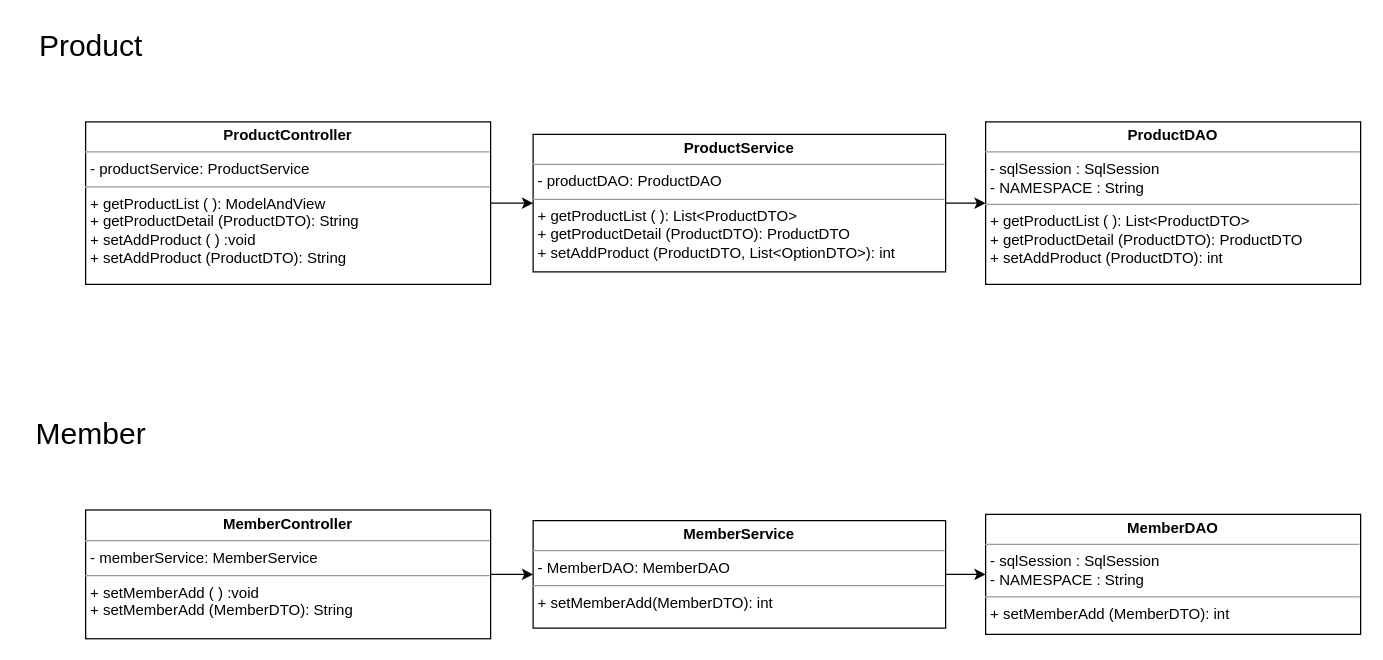
Earlier version of the draw.io diagram page "페이지-2" (2 of 4) of 제목 없는 다이어그램.drawio (zinny912/GDJ60_Spring2). Source tidied: cells renumbered, new cells numbered last; positions are measured from the earlier drawing's top-left corner, leaving out a move shared by most shapes. Both pictures are drawn from the tidied source at 125%, with x=0, y=0 at pixel (21, 21).
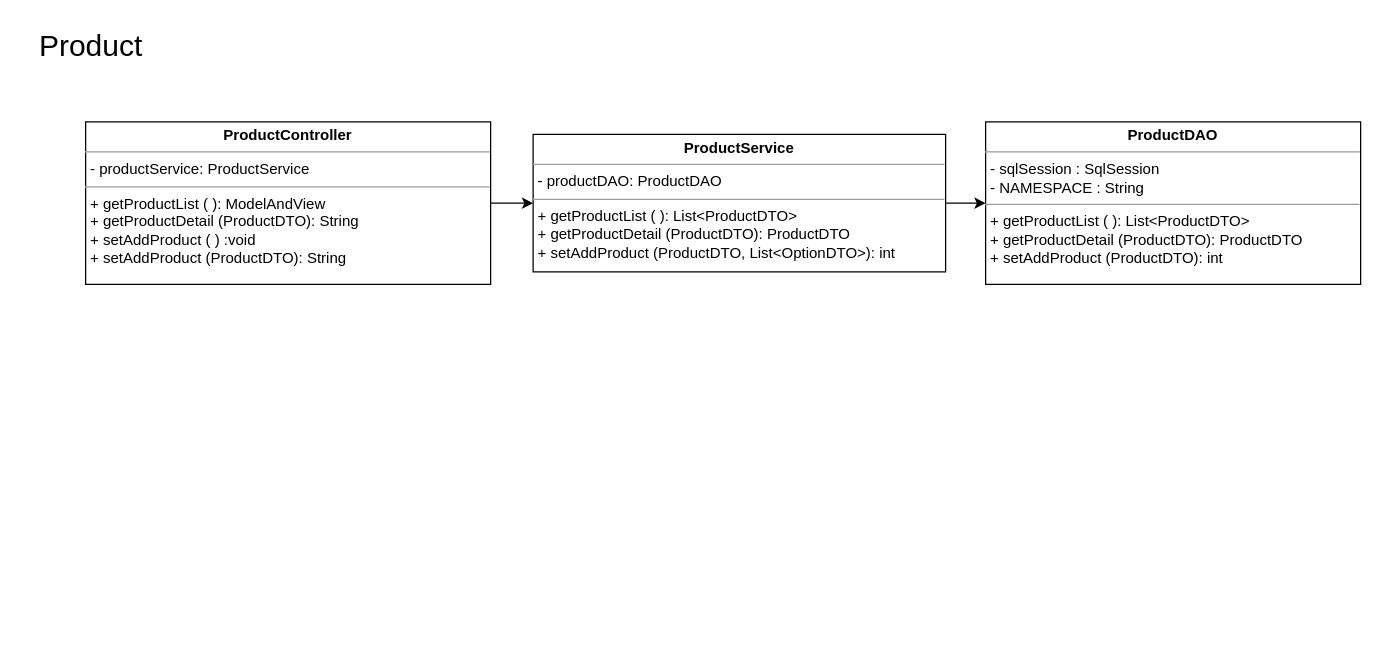
After the change.

Change to the diagram source:
```diff
@@
 <mxGraphModel>
   <root>
     <mxCell id="0" />
     <mxCell id="1" parent="0" />
     <mxCell id="2" value="&lt;p style=&quot;margin:0px;margin-top:4px;text-align:center;&quot;&gt;&lt;b&gt;ProductDAO&lt;/b&gt;&lt;/p&gt;&lt;hr size=&quot;1&quot;&gt;&lt;p style=&quot;margin:0px;margin-left:4px;&quot;&gt;- sqlSession : SqlSession&lt;/p&gt;&lt;p style=&quot;margin:0px;margin-left:4px;&quot;&gt;- NAMESPACE : String&lt;/p&gt;&lt;hr size=&quot;1&quot;&gt;&lt;p style=&quot;margin:0px;margin-left:4px;&quot;&gt;&lt;span style=&quot;background-color: initial;&quot;&gt;+ getProductList ( ): List&amp;lt;ProductDTO&amp;gt;&lt;/span&gt;&lt;br&gt;&lt;/p&gt;&lt;p style=&quot;margin:0px;margin-left:4px;&quot;&gt;+ getProductDetail (ProductDTO): ProductDTO&lt;/p&gt;&lt;p style=&quot;margin:0px;margin-left:4px;&quot;&gt;+ setAddProduct (ProductDTO): int&lt;/p&gt;" style="verticalAlign=top;align=left;overflow=fill;fontSize=12;fontFamily=Helvetica;html=1;" parent="1" vertex="1">
       <mxGeometry x="771" y="80" width="300" height="130" as="geometry" />
     </mxCell>
     <mxCell id="3" value="&lt;span style=&quot;font-size: 24px;&quot;&gt;Product&lt;br&gt;&lt;/span&gt;" style="text;html=1;align=center;verticalAlign=middle;strokeColor=none;fillColor=none;fontSize=9;" parent="1" vertex="1">
       <mxGeometry width="110" height="40" as="geometry" />
     </mxCell>
     <mxCell id="4" style="edgeStyle=orthogonalEdgeStyle;rounded=0;jettySize=auto;html=1;fontSize=24;" parent="1" edge="1" source="5" target="2">
       <mxGeometry relative="1" as="geometry" />
     </mxCell>
     <mxCell id="5" value="&lt;p style=&quot;margin:0px;margin-top:4px;text-align:center;&quot;&gt;&lt;b&gt;ProductService&lt;/b&gt;&lt;/p&gt;&lt;hr size=&quot;1&quot;&gt;&lt;p style=&quot;margin:0px;margin-left:4px;&quot;&gt;- productDAO: ProductDAO&lt;/p&gt;&lt;hr size=&quot;1&quot;&gt;&lt;p style=&quot;border-color: var(--border-color); margin: 0px 0px 0px 4px;&quot;&gt;+ getProductList ( ): List&amp;lt;ProductDTO&amp;gt;&lt;br style=&quot;border-color: var(--border-color);&quot;&gt;&lt;/p&gt;&lt;p style=&quot;border-color: var(--border-color); margin: 0px 0px 0px 4px;&quot;&gt;+ getProductDetail (ProductDTO): ProductDTO&lt;/p&gt;&lt;p style=&quot;border-color: var(--border-color); margin: 0px 0px 0px 4px;&quot;&gt;+ setAddProduct (ProductDTO, List&amp;lt;OptionDTO&amp;gt;): int&lt;/p&gt;" style="verticalAlign=top;align=left;overflow=fill;fontSize=12;fontFamily=Helvetica;html=1;" parent="1" vertex="1">
       <mxGeometry x="409" y="90" width="330" height="110" as="geometry" />
     </mxCell>
     <mxCell id="6" style="edgeStyle=orthogonalEdgeStyle;rounded=0;jettySize=auto;html=1;fontSize=24;" parent="1" edge="1" source="7" target="5">
       <mxGeometry relative="1" as="geometry" />
     </mxCell>
     <mxCell id="7" value="&lt;p style=&quot;margin:0px;margin-top:4px;text-align:center;&quot;&gt;&lt;b&gt;ProductController&lt;/b&gt;&lt;/p&gt;&lt;hr size=&quot;1&quot;&gt;&lt;p style=&quot;margin:0px;margin-left:4px;&quot;&gt;- productService: ProductService&lt;/p&gt;&lt;hr size=&quot;1&quot;&gt;&lt;p style=&quot;border-color: var(--border-color); margin: 0px 0px 0px 4px;&quot;&gt;+ getProductList ( ): ModelAndView&lt;br style=&quot;border-color: var(--border-color);&quot;&gt;&lt;/p&gt;&lt;p style=&quot;border-color: var(--border-color); margin: 0px 0px 0px 4px;&quot;&gt;+ getProductDetail (ProductDTO): String&lt;/p&gt;&lt;p style=&quot;border-color: var(--border-color); margin: 0px 0px 0px 4px;&quot;&gt;&lt;span style=&quot;background-color: initial;&quot;&gt;+ setAddProduct ( ) :void&lt;/span&gt;&lt;br&gt;&lt;/p&gt;&lt;p style=&quot;border-color: var(--border-color); margin: 0px 0px 0px 4px;&quot;&gt;+ setAddProduct (ProductDTO): String&lt;span style=&quot;background-color: initial;&quot;&gt;&lt;br&gt;&lt;/span&gt;&lt;/p&gt;" style="verticalAlign=top;align=left;overflow=fill;fontSize=12;fontFamily=Helvetica;html=1;fillStyle=auto;" parent="1" vertex="1">
       <mxGeometry x="51" y="80" width="324" height="130" as="geometry" />
     </mxCell>
-    <mxCell id="8" value="Member" style="text;html=1;align=center;verticalAlign=middle;strokeColor=none;fillColor=none;fontSize=24;" parent="1" vertex="1">
-      <mxGeometry y="310" width="110" height="40" as="geometry" />
-    </mxCell>
-    <mxCell id="9" value="&lt;p style=&quot;margin:0px;margin-top:4px;text-align:center;&quot;&gt;&lt;b&gt;MemberDAO&lt;/b&gt;&lt;/p&gt;&lt;hr size=&quot;1&quot;&gt;&lt;p style=&quot;margin:0px;margin-left:4px;&quot;&gt;- sqlSession : SqlSession&lt;/p&gt;&lt;p style=&quot;margin:0px;margin-left:4px;&quot;&gt;- NAMESPACE : String&lt;/p&gt;&lt;hr size=&quot;1&quot;&gt;&lt;p style=&quot;margin:0px;margin-left:4px;&quot;&gt;&lt;span style=&quot;background-color: initial;&quot;&gt;+ setMemberAdd (MemberDTO): int&lt;/span&gt;&lt;br&gt;&lt;/p&gt;&lt;p style=&quot;margin:0px;margin-left:4px;&quot;&gt;&lt;br&gt;&lt;/p&gt;" style="verticalAlign=top;align=left;overflow=fill;fontSize=12;fontFamily=Helvetica;html=1;" parent="1" vertex="1">
-      <mxGeometry x="771" y="394" width="300" height="96" as="geometry" />
-    </mxCell>
-    <mxCell id="10" style="edgeStyle=orthogonalEdgeStyle;rounded=0;jettySize=auto;html=1;fontSize=24;" parent="1" edge="1" source="11" target="9">
-      <mxGeometry relative="1" as="geometry" />
-    </mxCell>
-    <mxCell id="11" value="&lt;p style=&quot;margin:0px;margin-top:4px;text-align:center;&quot;&gt;&lt;b&gt;MemberService&lt;/b&gt;&lt;/p&gt;&lt;hr size=&quot;1&quot;&gt;&lt;p style=&quot;margin:0px;margin-left:4px;&quot;&gt;- MemberDAO: MemberDAO&lt;/p&gt;&lt;hr size=&quot;1&quot;&gt;&lt;p style=&quot;border-color: var(--border-color); margin: 0px 0px 0px 4px;&quot;&gt;+ setMemberAdd(MemberDTO): int&lt;br style=&quot;border-color: var(--border-color);&quot;&gt;&lt;/p&gt;&lt;p style=&quot;border-color: var(--border-color); margin: 0px 0px 0px 4px;&quot;&gt;&lt;br&gt;&lt;/p&gt;" style="verticalAlign=top;align=left;overflow=fill;fontSize=12;fontFamily=Helvetica;html=1;" parent="1" vertex="1">
-      <mxGeometry x="409" y="399" width="330" height="86" as="geometry" />
-    </mxCell>
-    <mxCell id="12" style="edgeStyle=orthogonalEdgeStyle;rounded=0;jettySize=auto;html=1;fontSize=24;" parent="1" edge="1" source="13" target="11">
-      <mxGeometry relative="1" as="geometry" />
-    </mxCell>
-    <mxCell id="13" value="&lt;p style=&quot;margin:0px;margin-top:4px;text-align:center;&quot;&gt;&lt;b&gt;MemberController&lt;/b&gt;&lt;/p&gt;&lt;hr size=&quot;1&quot;&gt;&lt;p style=&quot;margin:0px;margin-left:4px;&quot;&gt;- memberService: MemberService&lt;/p&gt;&lt;hr size=&quot;1&quot;&gt;&lt;p style=&quot;border-color: var(--border-color); margin: 0px 0px 0px 4px;&quot;&gt;&lt;span style=&quot;background-color: initial;&quot;&gt;+ setMemberAdd ( ) :void&lt;/span&gt;&lt;br&gt;&lt;/p&gt;&lt;p style=&quot;border-color: var(--border-color); margin: 0px 0px 0px 4px;&quot;&gt;+ setMemberAdd (MemberDTO): String&lt;span style=&quot;background-color: initial;&quot;&gt;&lt;br&gt;&lt;/span&gt;&lt;/p&gt;" style="verticalAlign=top;align=left;overflow=fill;fontSize=12;fontFamily=Helvetica;html=1;fillStyle=auto;" parent="1" vertex="1">
-      <mxGeometry x="51" y="390.5" width="324" height="103" as="geometry" />
-    </mxCell>
   </root>
 </mxGraphModel>
```
